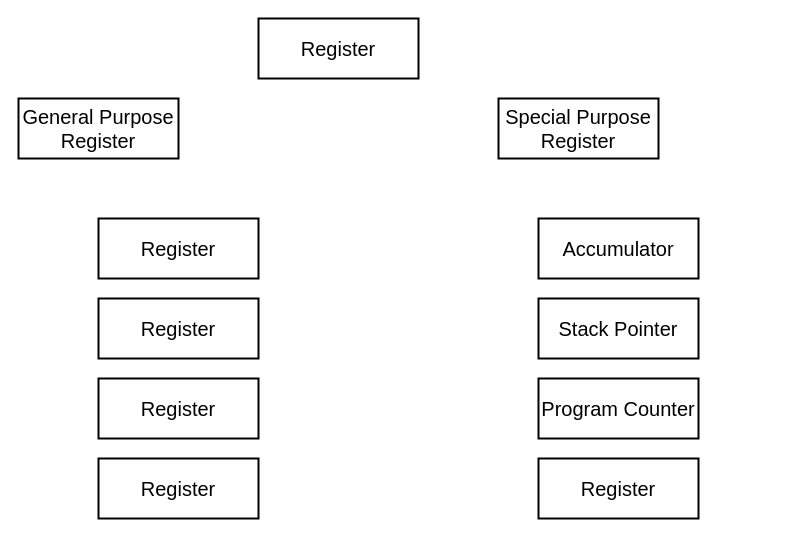
The draw.io diagram Untitled Diagram.drawio in mzndnes/resume, before the edit. Source tidied: cells renumbered, new cells numbered last; positions are measured from the earlier drawing's top-left corner, leaving out a move shared by most shapes. Both pictures are drawn from the tidied source at 100%, with x=0, y=0 at pixel (18, 18).
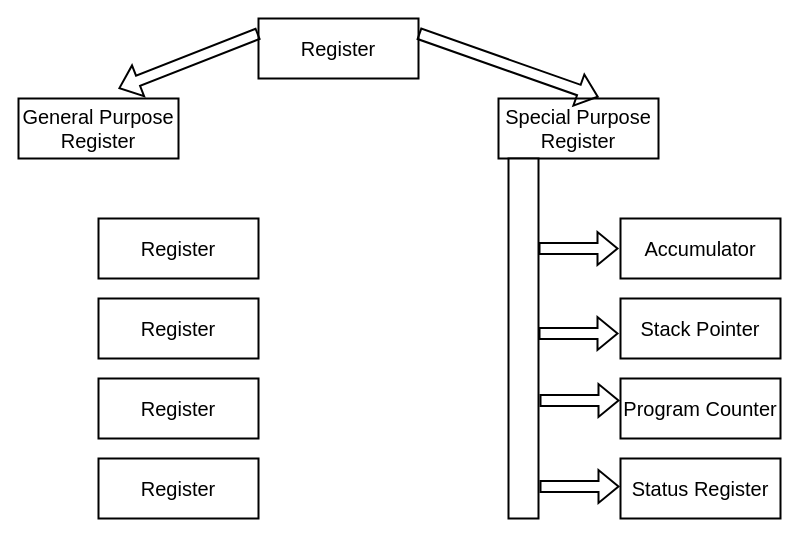
The same page after the edit.

The change refers to these unchanged cells:
```xml
<mxCell id="2" value="Register" style="rounded=0;whiteSpace=wrap;html=1;strokeWidth=2;fontSize=20;" parent="1" vertex="1">
  <mxGeometry x="240" width="160" height="60" as="geometry" />
</mxCell>
<mxCell id="4" value="Special Purpose Register" style="rounded=0;whiteSpace=wrap;html=1;strokeWidth=2;fontSize=20;" parent="1" vertex="1">
  <mxGeometry x="480" y="80" width="160" height="60" as="geometry" />
</mxCell>
```

Change to the diagram source:
```diff
@@
     <mxCell id="9" value="Accumulator" style="rounded=0;whiteSpace=wrap;html=1;strokeWidth=2;fontSize=20;" parent="1" vertex="1">
-      <mxGeometry x="520" y="200" width="160" height="60" as="geometry" />
+      <mxGeometry x="602" y="200" width="160" height="60" as="geometry" />
     </mxCell>
     <mxCell id="10" value="Stack Pointer" style="rounded=0;whiteSpace=wrap;html=1;strokeWidth=2;fontSize=20;" parent="1" vertex="1">
-      <mxGeometry x="520" y="280" width="160" height="60" as="geometry" />
+      <mxGeometry x="602" y="280" width="160" height="60" as="geometry" />
     </mxCell>
     <mxCell id="11" value="Program Counter" style="rounded=0;whiteSpace=wrap;html=1;strokeWidth=2;fontSize=20;" parent="1" vertex="1">
-      <mxGeometry x="520" y="360" width="160" height="60" as="geometry" />
+      <mxGeometry x="602" y="360" width="160" height="60" as="geometry" />
     </mxCell>
-    <mxCell id="12" value="Register" style="rounded=0;whiteSpace=wrap;html=1;strokeWidth=2;fontSize=20;" parent="1" vertex="1">
-      <mxGeometry x="520" y="440" width="160" height="60" as="geometry" />
+    <mxCell id="12" value="Status Register" style="rounded=0;whiteSpace=wrap;html=1;strokeWidth=2;fontSize=20;" parent="1" vertex="1">
+      <mxGeometry x="602" y="440" width="160" height="60" as="geometry" />
     </mxCell>
+    <mxCell id="13" style="shape=flexArrow;endArrow=classic;html=1;rounded=0;strokeWidth=2;exitX=0;exitY=0.25;exitDx=0;exitDy=0;" parent="1" edge="1" source="2">
+      <mxGeometry relative="1" as="geometry">
+        <mxPoint x="100" y="70" as="targetPoint" />
+      </mxGeometry>
+    </mxCell>
+    <mxCell id="14" style="shape=flexArrow;endArrow=classic;html=1;rounded=0;strokeWidth=2;exitX=1;exitY=0.25;exitDx=0;exitDy=0;entryX=0.626;entryY=-0.025;entryDx=0;entryDy=0;entryPerimeter=0;" parent="1" edge="1" source="2" target="4">
+      <mxGeometry relative="1" as="geometry" />
+    </mxCell>
+    <mxCell id="15" style="rounded=0;whiteSpace=wrap;html=1;strokeWidth=2;" parent="1" vertex="1">
+      <mxGeometry x="490" y="140" width="30" height="360" as="geometry" />
+    </mxCell>
+    <mxCell id="16" style="shape=flexArrow;endArrow=classic;html=1;rounded=0;strokeWidth=2;exitX=1;exitY=0.25;exitDx=0;exitDy=0;" parent="1" edge="1" source="15">
+      <mxGeometry relative="1" as="geometry">
+        <mxPoint x="600" y="230" as="targetPoint" />
+      </mxGeometry>
+    </mxCell>
+    <mxCell id="17" style="shape=flexArrow;endArrow=classic;html=1;rounded=0;strokeWidth=2;exitX=1;exitY=0.25;exitDx=0;exitDy=0;" parent="1" edge="1">
+      <mxGeometry relative="1" as="geometry">
+        <mxPoint x="520" y="315" as="sourcePoint" />
+        <mxPoint x="600" y="315" as="targetPoint" />
+      </mxGeometry>
+    </mxCell>
+    <mxCell id="18" style="shape=flexArrow;endArrow=classic;html=1;rounded=0;strokeWidth=2;exitX=1;exitY=0.25;exitDx=0;exitDy=0;" parent="1" edge="1">
+      <mxGeometry relative="1" as="geometry">
+        <mxPoint x="521" y="382" as="sourcePoint" />
+        <mxPoint x="601" y="382" as="targetPoint" />
+      </mxGeometry>
+    </mxCell>
+    <mxCell id="19" style="shape=flexArrow;endArrow=classic;html=1;rounded=0;strokeWidth=2;exitX=1;exitY=0.25;exitDx=0;exitDy=0;" parent="1" edge="1">
+      <mxGeometry relative="1" as="geometry">
+        <mxPoint x="521" y="468" as="sourcePoint" />
+        <mxPoint x="601" y="468" as="targetPoint" />
+      </mxGeometry>
+    </mxCell>
```
